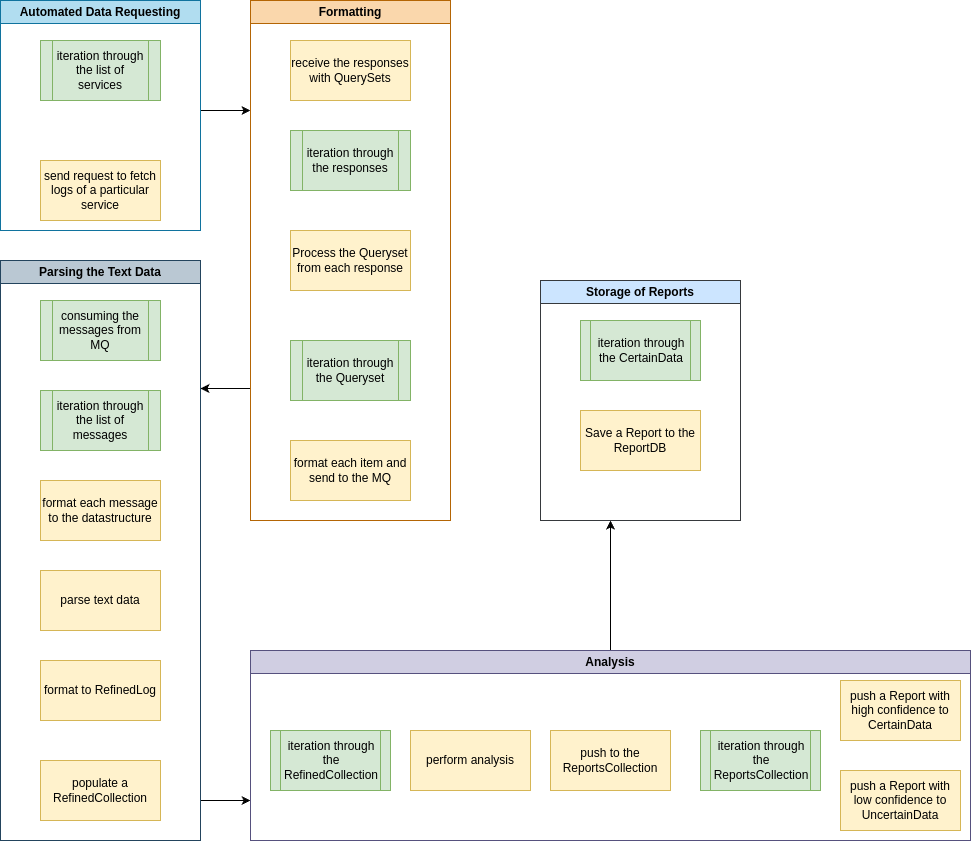
Above: services/logging_agent/arch_diagrams/process_view_opt1.png in John321Blacksmith/knowledge_base (draw.io), before the change. Source tidied: cells renumbered, new cells last; positions are measured from the earlier drawing's top-left corner, leaving out a move shared by most shapes.
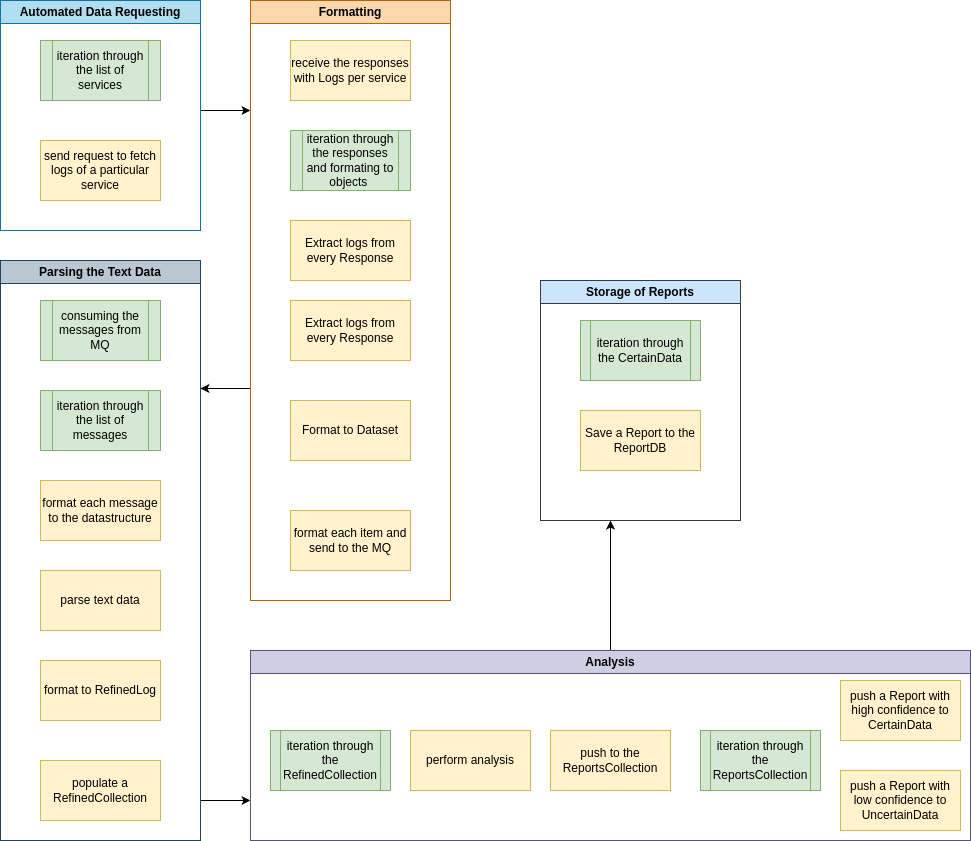
After the change.

Change to the diagram source:
```diff
@@ -18,7 +18,7 @@
       <mxGeometry width="200" height="230" as="geometry" />
     </mxCell>
     <mxCell id="5" value="send request to fetch logs of a particular service" style="rounded=0;whiteSpace=wrap;html=1;labelBackgroundColor=none;fillColor=#fff2cc;strokeColor=#d6b656;" parent="4" vertex="1">
-      <mxGeometry x="40" y="160" width="120" height="60" as="geometry" />
+      <mxGeometry x="40" y="140" width="120" height="60" as="geometry" />
     </mxCell>
     <mxCell id="6" style="edgeStyle=orthogonalEdgeStyle;rounded=0;jettySize=auto;html=1;exitX=0;exitY=0.75;exitDx=0;exitDy=0;labelBackgroundColor=none;fontColor=default;" parent="1" edge="1" source="7">
       <mxGeometry relative="1" as="geometry">
@@ -29,23 +29,26 @@
       </mxGeometry>
     </mxCell>
     <mxCell id="7" value="Formatting" style="swimlane;whiteSpace=wrap;html=1;labelBackgroundColor=none;fillColor=#fad7ac;strokeColor=#b46504;" parent="1" vertex="1">
-      <mxGeometry x="250" width="200" height="520" as="geometry" />
+      <mxGeometry x="250" width="200" height="600" as="geometry" />
     </mxCell>
-    <mxCell id="8" value="receive the responses with QuerySets" style="rounded=0;whiteSpace=wrap;html=1;labelBackgroundColor=none;fillColor=#fff2cc;strokeColor=#d6b656;" parent="7" vertex="1">
+    <mxCell id="8" value="receive the responses with Logs per service" style="rounded=0;whiteSpace=wrap;html=1;labelBackgroundColor=none;fillColor=#fff2cc;strokeColor=#d6b656;" parent="7" vertex="1">
       <mxGeometry x="40" y="40" width="120" height="60" as="geometry" />
     </mxCell>
-    <mxCell id="9" value="iteration through the responses" style="shape=process;whiteSpace=wrap;html=1;backgroundOutline=1;labelBackgroundColor=none;fillColor=#d5e8d4;strokeColor=#82b366;" parent="7" vertex="1">
+    <mxCell id="9" value="iteration through the responses and formating to&lt;div&gt;objects&amp;nbsp;&lt;/div&gt;" style="shape=process;whiteSpace=wrap;html=1;backgroundOutline=1;labelBackgroundColor=none;fillColor=#d5e8d4;strokeColor=#82b366;" parent="7" vertex="1">
       <mxGeometry x="40" y="130" width="120" height="60" as="geometry" />
     </mxCell>
-    <mxCell id="10" value="Process the Queryset from each response" style="rounded=0;whiteSpace=wrap;html=1;labelBackgroundColor=none;fillColor=#fff2cc;strokeColor=#d6b656;" parent="7" vertex="1">
-      <mxGeometry x="40" y="230" width="120" height="60" as="geometry" />
-    </mxCell>
-    <mxCell id="11" value="iteration through the Queryset" style="shape=process;whiteSpace=wrap;html=1;backgroundOutline=1;labelBackgroundColor=none;fillColor=#d5e8d4;strokeColor=#82b366;" parent="7" vertex="1">
-      <mxGeometry x="40" y="340" width="120" height="60" as="geometry" />
-    </mxCell>
     <mxCell id="12" value="format each item and send to the MQ" style="rounded=0;whiteSpace=wrap;html=1;labelBackgroundColor=none;fillColor=#fff2cc;strokeColor=#d6b656;" parent="7" vertex="1">
-      <mxGeometry x="40" y="440" width="120" height="60" as="geometry" />
+      <mxGeometry x="40" y="510" width="120" height="60" as="geometry" />
     </mxCell>
+    <mxCell id="32" value="Extract logs from every Response" style="rounded=0;whiteSpace=wrap;html=1;labelBackgroundColor=none;fillColor=#fff2cc;strokeColor=#d6b656;" parent="7" vertex="1">
+      <mxGeometry x="40" y="220" width="120" height="60" as="geometry" />
+    </mxCell>
+    <mxCell id="33" value="Extract logs from every Response" style="rounded=0;whiteSpace=wrap;html=1;labelBackgroundColor=none;fillColor=#fff2cc;strokeColor=#d6b656;" parent="7" vertex="1">
+      <mxGeometry x="40" y="300" width="120" height="60" as="geometry" />
+    </mxCell>
+    <mxCell id="34" value="Format to Dataset" style="rounded=0;whiteSpace=wrap;html=1;labelBackgroundColor=none;fillColor=#fff2cc;strokeColor=#d6b656;" parent="7" vertex="1">
+      <mxGeometry x="40" y="400" width="120" height="60" as="geometry" />
+    </mxCell>
     <mxCell id="13" style="edgeStyle=orthogonalEdgeStyle;rounded=0;jettySize=auto;html=1;labelBackgroundColor=none;fontColor=default;" parent="1" edge="1" source="14">
       <mxGeometry relative="1" as="geometry">
         <mxPoint x="250" y="800" as="targetPoint" />
```
